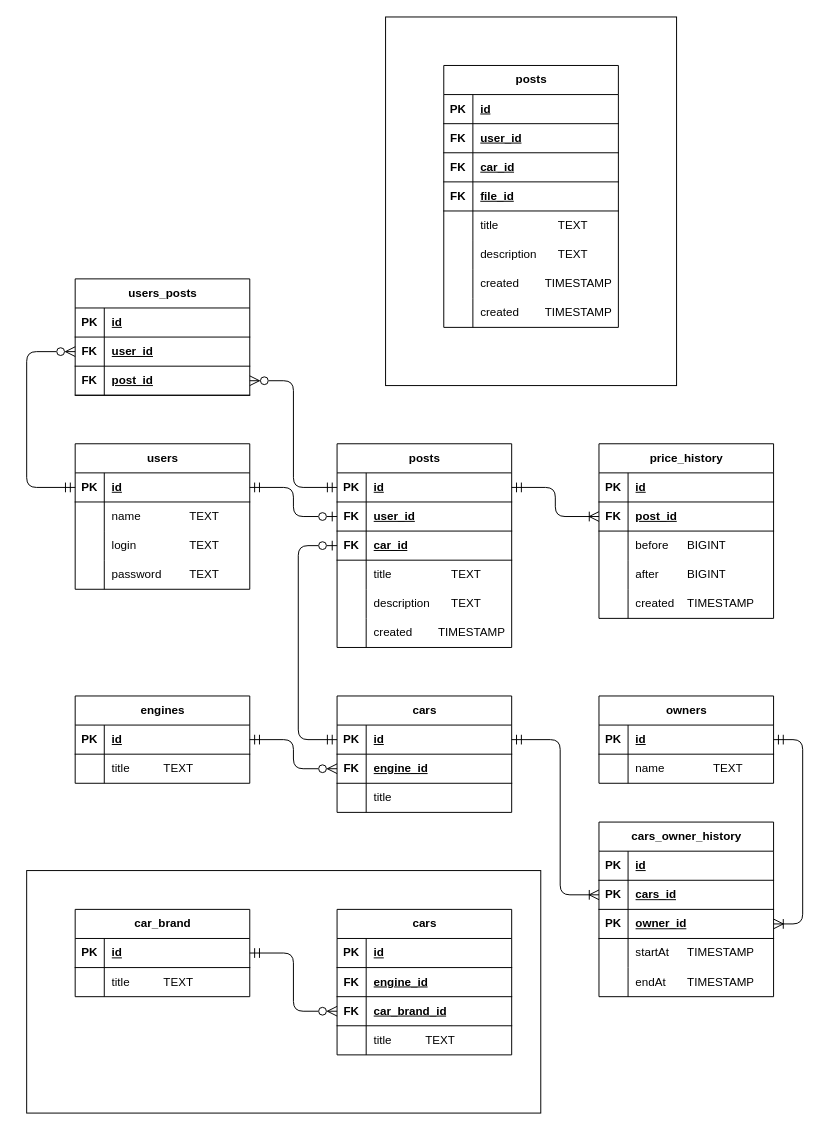
Above: src/main/resources/db/cars.drawio in MikhailChrn/job4j_cars (draw.io), before the change. Source tidied: cells renumbered, new cells numbered last; positions are measured from the earlier drawing's top-left corner, leaving out a move shared by most shapes. Both pictures are drawn from the tidied source at 97%, with x=0, y=0 at pixel (26, 16).
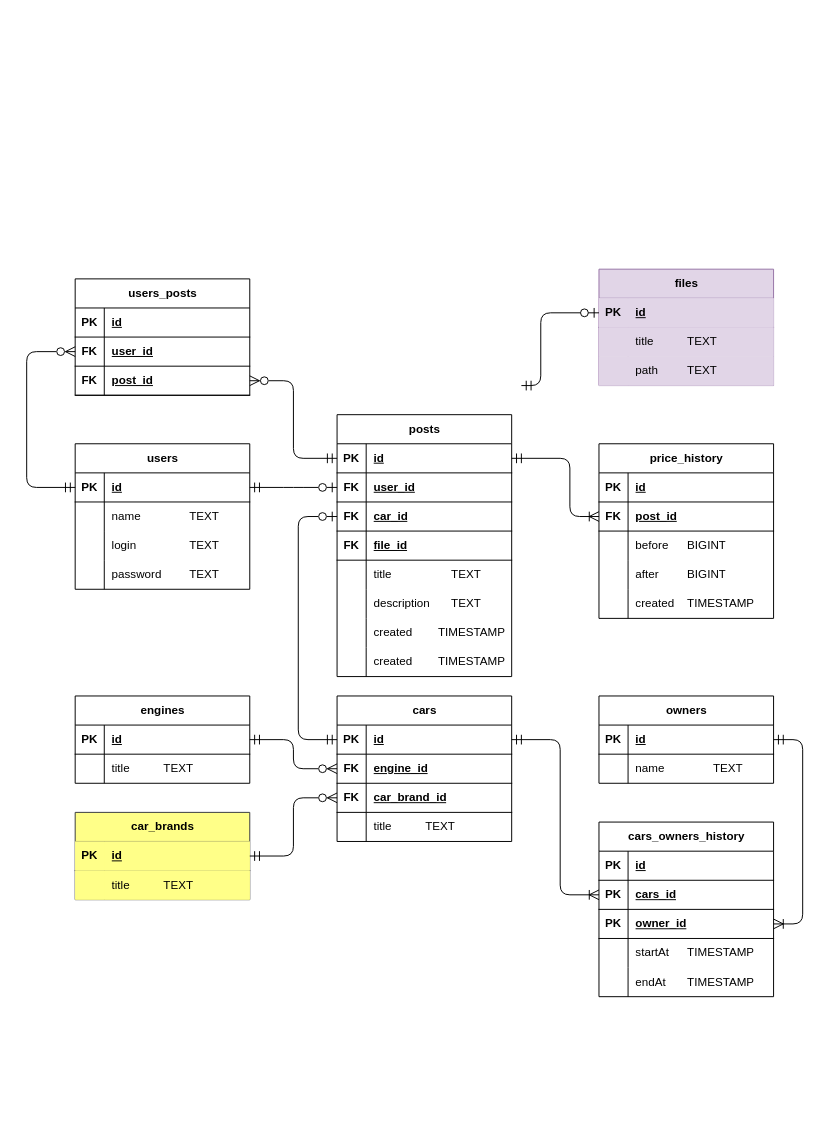
Above is the later version.

Unchanged cells that the change refers to:
```xml
<mxCell id="3" style="shape=tableRow;horizontal=0;startSize=0;swimlaneHead=0;swimlaneBody=0;fillColor=none;points=[[0,0.5],[1,0.5]];portConstraint=eastwest;top=0;left=0;right=0;bottom=1;" parent="2" vertex="1">
  <mxGeometry y="30" width="180" height="30" as="geometry" />
</mxCell>
<mxCell id="20" style="shape=tableRow;horizontal=0;startSize=0;swimlaneHead=0;swimlaneBody=0;fillColor=none;points=[[0,0.5],[1,0.5]];portConstraint=eastwest;top=0;left=0;right=0;bottom=1;" parent="16" vertex="1">
  <mxGeometry y="60" width="180" height="30" as="geometry" />
</mxCell>
<mxCell id="34" style="shape=tableRow;horizontal=0;startSize=0;swimlaneHead=0;swimlaneBody=0;fillColor=none;points=[[0,0.5],[1,0.5]];portConstraint=eastwest;top=0;left=0;right=0;bottom=1;" parent="33" vertex="1">
  <mxGeometry y="30" width="180" height="30" as="geometry" />
</mxCell>
<mxCell id="85" style="shape=tableRow;horizontal=0;startSize=0;swimlaneHead=0;swimlaneBody=0;fillColor=none;points=[[0,0.5],[1,0.5]];portConstraint=eastwest;top=0;left=0;right=0;bottom=1;" parent="78" vertex="1">
  <mxGeometry y="90" width="180" height="30" as="geometry" />
</mxCell>
<mxCell id="94" style="shape=tableRow;horizontal=0;startSize=0;swimlaneHead=0;swimlaneBody=0;fillColor=none;points=[[0,0.5],[1,0.5]];portConstraint=eastwest;top=0;left=0;right=0;bottom=1;" parent="90" vertex="1">
  <mxGeometry y="60" width="180" height="30" as="geometry" />
</mxCell>
<mxCell id="116" style="shape=tableRow;horizontal=0;startSize=0;swimlaneHead=0;swimlaneBody=0;fillColor=none;points=[[0,0.5],[1,0.5]];portConstraint=eastwest;top=0;left=0;right=0;bottom=1;" parent="115" vertex="1">
  <mxGeometry y="30" width="180" height="30" as="geometry" />
</mxCell>
<mxCell id="119" style="shape=tableRow;horizontal=0;startSize=0;swimlaneHead=0;swimlaneBody=0;fillColor=none;points=[[0,0.5],[1,0.5]];portConstraint=eastwest;top=0;left=0;right=0;bottom=1;" parent="115" vertex="1">
  <mxGeometry y="60" width="180" height="30" as="geometry" />
</mxCell>
<mxCell id="131" style="shape=tableRow;horizontal=0;startSize=0;swimlaneHead=0;swimlaneBody=0;fillColor=none;points=[[0,0.5],[1,0.5]];portConstraint=eastwest;top=0;left=0;right=0;bottom=1;" parent="130" vertex="1">
  <mxGeometry y="30" width="180" height="30" as="geometry" />
</mxCell>
<mxCell id="134" style="shape=tableRow;horizontal=0;startSize=0;swimlaneHead=0;swimlaneBody=0;fillColor=none;points=[[0,0.5],[1,0.5]];portConstraint=eastwest;top=0;left=0;right=0;bottom=1;" parent="130" vertex="1">
  <mxGeometry y="60" width="180" height="30" as="geometry" />
</mxCell>
<mxCell id="137" style="shape=tableRow;horizontal=0;startSize=0;swimlaneHead=0;swimlaneBody=0;fillColor=none;points=[[0,0.5],[1,0.5]];portConstraint=eastwest;top=0;left=0;right=0;bottom=1;" parent="130" vertex="1">
  <mxGeometry y="90" width="180" height="30" as="geometry" />
</mxCell>
```

The edit, as a diff of the source:
```diff
@@
-    <mxCell id="15" style="edgeStyle=elbowEdgeStyle;fontSize=12;html=1;endArrow=ERzeroToOne;startArrow=ERmandOne;rounded=1;startSize=8;endSize=8;exitX=1;exitY=0.5;exitDx=0;exitDy=0;startFill=0;entryX=0;entryY=0.5;entryDx=0;entryDy=0;curved=0;endFill=0;" parent="1" edge="1" source="3" target="51">
+    <mxCell id="15" style="edgeStyle=elbowEdgeStyle;fontSize=12;html=1;endArrow=ERzeroToOne;startArrow=ERmandOne;rounded=1;startSize=8;endSize=8;exitX=1;exitY=0.5;exitDx=0;exitDy=0;startFill=0;curved=0;endFill=0;entryX=0;entryY=0.5;entryDx=0;entryDy=0;" parent="1" edge="1" source="3" target="134">
       <mxGeometry relative="1" as="geometry" />
     </mxCell>
@@
-    <mxCell id="32" style="edgeStyle=elbowEdgeStyle;fontSize=12;html=1;endArrow=ERoneToMany;startArrow=ERmandOne;rounded=1;startSize=8;endSize=8;entryX=0;entryY=0.5;entryDx=0;entryDy=0;exitX=1;exitY=0.5;exitDx=0;exitDy=0;curved=0;endFill=0;" parent="1" edge="1" source="48" target="20">
-      <mxGeometry relative="1" as="geometry" />
+    <mxCell id="32" style="edgeStyle=elbowEdgeStyle;fontSize=12;html=1;endArrow=ERoneToMany;startArrow=ERmandOne;rounded=1;startSize=8;endSize=8;entryX=0;entryY=0.5;entryDx=0;entryDy=0;curved=0;endFill=0;exitX=1;exitY=0.5;exitDx=0;exitDy=0;" parent="1" edge="1" source="131" target="20">
+      <mxGeometry relative="1" as="geometry">
+        <Array as="points">
+          <mxPoint x="560" y="480" />
+        </Array>
+      </mxGeometry>
     </mxCell>
@@
-    <mxCell id="47" value="posts" style="shape=table;startSize=30;childLayout=tableLayout;rowLines=0;fontStyle=1;align=center;html=1;" parent="1" vertex="1">
-      <mxGeometry x="320" y="440" width="180" height="210" as="geometry" />
+    <mxCell id="47" value="files" style="shape=table;startSize=30;childLayout=tableLayout;rowLines=0;fontStyle=1;align=center;html=1;fillColor=#e1d5e7;strokeColor=#9673a6;" parent="1" vertex="1">
+      <mxGeometry x="590" y="260" width="180" height="120" as="geometry" />
     </mxCell>
-    <mxCell id="48" style="shape=tableRow;horizontal=0;startSize=0;swimlaneHead=0;swimlaneBody=0;fillColor=none;points=[[0,0.5],[1,0.5]];portConstraint=eastwest;top=0;left=0;right=0;bottom=1;" parent="47" vertex="1">
+    <mxCell id="48" style="shape=tableRow;horizontal=0;startSize=0;swimlaneHead=0;swimlaneBody=0;fillColor=#e1d5e7;points=[[0,0.5],[1,0.5]];portConstraint=eastwest;top=0;left=0;right=0;bottom=1;strokeColor=#9673a6;" parent="47" vertex="1">
       <mxGeometry y="30" width="180" height="30" as="geometry" />
     </mxCell>
-    <mxCell id="49" value="PK" style="shape=partialRectangle;fillColor=none;top=0;left=0;bottom=0;right=0;fontStyle=1;overflow=hidden;whiteSpace=wrap;html=1;" parent="48" vertex="1">
+    <mxCell id="49" value="PK" style="shape=partialRectangle;fillColor=#e1d5e7;top=0;left=0;bottom=0;right=0;fontStyle=1;overflow=hidden;whiteSpace=wrap;html=1;strokeColor=#9673a6;" parent="48" vertex="1">
       <mxGeometry width="30" height="30" as="geometry" />
     </mxCell>
-    <mxCell id="50" value="id" style="shape=partialRectangle;fillColor=none;top=0;left=0;bottom=0;right=0;align=left;spacingLeft=6;fontStyle=5;overflow=hidden;whiteSpace=wrap;html=1;" parent="48" vertex="1">
+    <mxCell id="50" value="id" style="shape=partialRectangle;fillColor=#e1d5e7;top=0;left=0;bottom=0;right=0;align=left;spacingLeft=6;fontStyle=5;overflow=hidden;whiteSpace=wrap;html=1;strokeColor=#9673a6;" parent="48" vertex="1">
       <mxGeometry x="30" width="150" height="30" as="geometry" />
     </mxCell>
-    <mxCell id="51" style="shape=tableRow;horizontal=0;startSize=0;swimlaneHead=0;swimlaneBody=0;fillColor=none;points=[[0,0.5],[1,0.5]];portConstraint=eastwest;top=0;left=0;right=0;bottom=1;" parent="47" vertex="1">
-      <mxGeometry y="60" width="180" height="30" as="geometry" />
-    </mxCell>
-    <mxCell id="52" value="FK" style="shape=partialRectangle;fillColor=none;top=0;left=0;bottom=0;right=0;fontStyle=1;overflow=hidden;whiteSpace=wrap;html=1;" parent="51" vertex="1">
-      <mxGeometry width="30" height="30" as="geometry" />
-    </mxCell>
-    <mxCell id="53" value="user_id" style="shape=partialRectangle;fillColor=none;top=0;left=0;bottom=0;right=0;align=left;spacingLeft=6;fontStyle=5;overflow=hidden;whiteSpace=wrap;html=1;" parent="51" vertex="1">
-      <mxGeometry x="30" width="150" height="30" as="geometry" />
-    </mxCell>
-    <mxCell id="54" style="shape=tableRow;horizontal=0;startSize=0;swimlaneHead=0;swimlaneBody=0;fillColor=none;points=[[0,0.5],[1,0.5]];portConstraint=eastwest;top=0;left=0;right=0;bottom=1;" parent="47" vertex="1">
-      <mxGeometry y="90" width="180" height="30" as="geometry" />
-    </mxCell>
-    <mxCell id="55" value="FK" style="shape=partialRectangle;fillColor=none;top=0;left=0;bottom=0;right=0;fontStyle=1;overflow=hidden;whiteSpace=wrap;html=1;" parent="54" vertex="1">
-      <mxGeometry width="30" height="30" as="geometry" />
-    </mxCell>
-    <mxCell id="56" value="car_id" style="shape=partialRectangle;fillColor=none;top=0;left=0;bottom=0;right=0;align=left;spacingLeft=6;fontStyle=5;overflow=hidden;whiteSpace=wrap;html=1;" parent="54" vertex="1">
-      <mxGeometry x="30" width="150" height="30" as="geometry" />
-    </mxCell>
-    <mxCell id="57" style="shape=tableRow;horizontal=0;startSize=0;swimlaneHead=0;swimlaneBody=0;fillColor=none;top=0;left=0;right=0;bottom=0;" parent="47" vertex="1">
-      <mxGeometry y="120" width="180" height="30" as="geometry" />
+    <mxCell id="57" style="shape=tableRow;horizontal=0;startSize=0;swimlaneHead=0;swimlaneBody=0;fillColor=#e1d5e7;top=0;left=0;right=0;bottom=0;strokeColor=#9673a6;" parent="47" vertex="1">
+      <mxGeometry y="60" width="180" height="30" as="geometry" />
     </mxCell>
-    <mxCell id="58" style="shape=partialRectangle;fillColor=none;top=0;left=0;bottom=0;right=0;overflow=hidden;whiteSpace=wrap;html=1;" parent="57" vertex="1">
+    <mxCell id="58" style="shape=partialRectangle;fillColor=#e1d5e7;top=0;left=0;bottom=0;right=0;overflow=hidden;whiteSpace=wrap;html=1;strokeColor=#9673a6;" parent="57" vertex="1">
       <mxGeometry width="30" height="30" as="geometry" />
     </mxCell>
-    <mxCell id="59" value="title&amp;nbsp;&lt;span style=&quot;white-space: pre;&quot;&gt;&#9;&lt;/span&gt;&lt;span style=&quot;white-space: pre;&quot;&gt;&#9;&lt;span style=&quot;white-space: pre;&quot;&gt;&#9;&lt;/span&gt;&lt;/span&gt;TEXT" style="shape=partialRectangle;fillColor=none;top=0;left=0;bottom=0;right=0;align=left;spacingLeft=6;overflow=hidden;whiteSpace=wrap;html=1;" parent="57" vertex="1">
+    <mxCell id="59" value="title&amp;nbsp;&lt;span style=&quot;white-space: pre;&quot;&gt;&#9;&lt;/span&gt;&lt;span style=&quot;white-space: pre;&quot;&gt;&#9;&lt;/span&gt;TEXT" style="shape=partialRectangle;fillColor=#e1d5e7;top=0;left=0;bottom=0;right=0;align=left;spacingLeft=6;overflow=hidden;whiteSpace=wrap;html=1;strokeColor=#9673a6;" parent="57" vertex="1">
       <mxGeometry x="30" width="150" height="30" as="geometry" />
     </mxCell>
-    <mxCell id="60" style="shape=tableRow;horizontal=0;startSize=0;swimlaneHead=0;swimlaneBody=0;fillColor=none;top=0;left=0;right=0;bottom=0;" parent="47" vertex="1">
-      <mxGeometry y="150" width="180" height="30" as="geometry" />
+    <mxCell id="60" style="shape=tableRow;horizontal=0;startSize=0;swimlaneHead=0;swimlaneBody=0;fillColor=#e1d5e7;top=0;left=0;right=0;bottom=0;strokeColor=#9673a6;" parent="47" vertex="1">
+      <mxGeometry y="90" width="180" height="30" as="geometry" />
     </mxCell>
-    <mxCell id="61" style="shape=partialRectangle;fillColor=none;top=0;left=0;bottom=0;right=0;overflow=hidden;whiteSpace=wrap;html=1;" parent="60" vertex="1">
+    <mxCell id="61" style="shape=partialRectangle;fillColor=#e1d5e7;top=0;left=0;bottom=0;right=0;overflow=hidden;whiteSpace=wrap;html=1;strokeColor=#9673a6;" parent="60" vertex="1">
       <mxGeometry width="30" height="30" as="geometry" />
     </mxCell>
-    <mxCell id="62" value="description&amp;nbsp; &amp;nbsp;&amp;nbsp;&lt;span style=&quot;white-space: pre;&quot;&gt;&#9;&lt;/span&gt;TEXT" style="shape=partialRectangle;fillColor=none;top=0;left=0;bottom=0;right=0;align=left;spacingLeft=6;overflow=hidden;whiteSpace=wrap;html=1;" parent="60" vertex="1">
+    <mxCell id="62" value="path&lt;span style=&quot;white-space: pre;&quot;&gt;&#9;&lt;/span&gt;&amp;nbsp; &amp;nbsp;&amp;nbsp;&lt;span style=&quot;white-space: pre;&quot;&gt;&#9;&lt;/span&gt;TEXT" style="shape=partialRectangle;fillColor=#e1d5e7;top=0;left=0;bottom=0;right=0;align=left;spacingLeft=6;overflow=hidden;whiteSpace=wrap;html=1;strokeColor=#9673a6;" parent="60" vertex="1">
       <mxGeometry x="30" width="150" height="30" as="geometry" />
     </mxCell>
-    <mxCell id="63" style="shape=tableRow;horizontal=0;startSize=0;swimlaneHead=0;swimlaneBody=0;fillColor=none;top=0;left=0;right=0;bottom=0;" parent="47" vertex="1">
-      <mxGeometry y="180" width="180" height="30" as="geometry" />
-    </mxCell>
-    <mxCell id="64" style="shape=partialRectangle;fillColor=none;top=0;left=0;bottom=0;right=0;overflow=hidden;whiteSpace=wrap;html=1;" parent="63" vertex="1">
-      <mxGeometry width="30" height="30" as="geometry" />
-    </mxCell>
-    <mxCell id="65" value="created&amp;nbsp; &amp;nbsp; &amp;nbsp; &amp;nbsp; TIMESTAMP" style="shape=partialRectangle;fillColor=none;top=0;left=0;bottom=0;right=0;align=left;spacingLeft=6;overflow=hidden;whiteSpace=wrap;html=1;" parent="63" vertex="1">
-      <mxGeometry x="30" width="150" height="30" as="geometry" />
-    </mxCell>
-    <mxCell id="66" value="cars" style="shape=table;startSize=30;childLayout=tableLayout;rowLines=0;fontStyle=1;align=center;html=1;" parent="1" vertex="1">
-      <mxGeometry x="320" y="700" width="180" height="120" as="geometry" />
-    </mxCell>
-    <mxCell id="67" style="shape=tableRow;horizontal=0;startSize=0;swimlaneHead=0;swimlaneBody=0;fillColor=none;points=[[0,0.5],[1,0.5]];portConstraint=eastwest;top=0;left=0;right=0;bottom=1;" parent="66" vertex="1">
-      <mxGeometry y="30" width="180" height="30" as="geometry" />
-    </mxCell>
-    <mxCell id="68" value="PK" style="shape=partialRectangle;fillColor=none;top=0;left=0;bottom=0;right=0;fontStyle=1;overflow=hidden;whiteSpace=wrap;html=1;" parent="67" vertex="1">
-      <mxGeometry width="30" height="30" as="geometry" />
-    </mxCell>
-    <mxCell id="69" value="id" style="shape=partialRectangle;fillColor=none;top=0;left=0;bottom=0;right=0;align=left;spacingLeft=6;fontStyle=5;overflow=hidden;whiteSpace=wrap;html=1;" parent="67" vertex="1">
-      <mxGeometry x="30" width="150" height="30" as="geometry" />
-    </mxCell>
-    <mxCell id="70" style="shape=tableRow;horizontal=0;startSize=0;swimlaneHead=0;swimlaneBody=0;fillColor=none;points=[[0,0.5],[1,0.5]];portConstraint=eastwest;top=0;left=0;right=0;bottom=1;" parent="66" vertex="1">
-      <mxGeometry y="60" width="180" height="30" as="geometry" />
-    </mxCell>
-    <mxCell id="71" value="FK" style="shape=partialRectangle;fillColor=none;top=0;left=0;bottom=0;right=0;fontStyle=1;overflow=hidden;whiteSpace=wrap;html=1;" parent="70" vertex="1">
-      <mxGeometry width="30" height="30" as="geometry" />
-    </mxCell>
-    <mxCell id="72" value="engine_id" style="shape=partialRectangle;fillColor=none;top=0;left=0;bottom=0;right=0;align=left;spacingLeft=6;fontStyle=5;overflow=hidden;whiteSpace=wrap;html=1;" parent="70" vertex="1">
-      <mxGeometry x="30" width="150" height="30" as="geometry" />
-    </mxCell>
-    <mxCell id="73" style="shape=tableRow;horizontal=0;startSize=0;swimlaneHead=0;swimlaneBody=0;fillColor=none;top=0;left=0;right=0;bottom=0;" parent="66" vertex="1">
-      <mxGeometry y="90" width="180" height="30" as="geometry" />
-    </mxCell>
-    <mxCell id="74" style="shape=partialRectangle;fillColor=none;top=0;left=0;bottom=0;right=0;overflow=hidden;whiteSpace=wrap;html=1;" parent="73" vertex="1">
-      <mxGeometry width="30" height="30" as="geometry" />
-    </mxCell>
-    <mxCell id="75" value="title" style="shape=partialRectangle;fillColor=none;top=0;left=0;bottom=0;right=0;align=left;spacingLeft=6;overflow=hidden;whiteSpace=wrap;html=1;" parent="73" vertex="1">
-      <mxGeometry x="30" width="150" height="30" as="geometry" />
-    </mxCell>
-    <mxCell id="76" style="edgeStyle=elbowEdgeStyle;fontSize=12;html=1;endArrow=ERzeroToMany;startArrow=ERmandOne;rounded=1;startSize=8;endSize=8;entryX=0;entryY=0.5;entryDx=0;entryDy=0;exitX=1;exitY=0.5;exitDx=0;exitDy=0;startFill=0;endFill=0;curved=0;" parent="1" edge="1" source="34" target="70">
+    <mxCell id="76" style="edgeStyle=elbowEdgeStyle;fontSize=12;html=1;endArrow=ERzeroToMany;startArrow=ERmandOne;rounded=1;startSize=8;endSize=8;exitX=1;exitY=0.5;exitDx=0;exitDy=0;startFill=0;endFill=0;curved=0;entryX=0;entryY=0.5;entryDx=0;entryDy=0;" parent="1" edge="1" source="34" target="119">
       <mxGeometry relative="1" as="geometry" />
     </mxCell>
-    <mxCell id="77" style="edgeStyle=elbowEdgeStyle;fontSize=12;html=1;endArrow=ERzeroToOne;endFill=0;startArrow=ERmandOne;rounded=1;startSize=8;endSize=8;entryX=0;entryY=0.5;entryDx=0;entryDy=0;exitX=0;exitY=0.5;exitDx=0;exitDy=0;curved=0;startFill=0;" parent="1" edge="1" source="67" target="54">
+    <mxCell id="77" style="edgeStyle=elbowEdgeStyle;fontSize=12;html=1;endArrow=ERzeroToOne;endFill=0;startArrow=ERmandOne;rounded=1;startSize=8;endSize=8;curved=0;startFill=0;entryX=0;entryY=0.5;entryDx=0;entryDy=0;exitX=0;exitY=0.5;exitDx=0;exitDy=0;" parent="1" edge="1" source="116" target="137">
       <mxGeometry relative="1" as="geometry">
         <Array as="points">
           <mxPoint x="280" y="670" />
         </Array>
       </mxGeometry>
     </mxCell>
@@
-    <mxCell id="89" style="edgeStyle=elbowEdgeStyle;fontSize=12;html=1;endArrow=ERzeroToMany;endFill=0;rounded=1;startSize=8;endSize=8;startArrow=ERmandOne;startFill=0;entryX=1;entryY=0.5;entryDx=0;entryDy=0;exitX=0;exitY=0.5;exitDx=0;exitDy=0;" parent="1" edge="1" source="48" target="85">
+    <mxCell id="89" style="edgeStyle=elbowEdgeStyle;fontSize=12;html=1;endArrow=ERzeroToMany;endFill=0;rounded=1;startSize=8;endSize=8;startArrow=ERmandOne;startFill=0;entryX=1;entryY=0.5;entryDx=0;entryDy=0;exitX=0;exitY=0.5;exitDx=0;exitDy=0;" parent="1" edge="1" source="131" target="85">
       <mxGeometry relative="1" as="geometry" />
     </mxCell>
-    <mxCell id="90" value="cars_owner_history" style="shape=table;startSize=30;childLayout=tableLayout;rowLines=0;fontStyle=1;align=center;html=1;" parent="1" vertex="1">
+    <mxCell id="90" value="cars_owners_history" style="shape=table;startSize=30;childLayout=tableLayout;rowLines=0;fontStyle=1;align=center;html=1;" parent="1" vertex="1">
       <mxGeometry x="590" y="830" width="180" height="180" as="geometry" />
     </mxCell>
@@
-    <mxCell id="107" style="edgeStyle=elbowEdgeStyle;fontSize=12;html=1;endArrow=ERmandOne;endFill=0;startArrow=ERoneToMany;rounded=1;startSize=8;endSize=8;entryX=1;entryY=0.5;entryDx=0;entryDy=0;exitX=0;exitY=0.5;exitDx=0;exitDy=0;curved=0;startFill=0;" parent="1" edge="1" source="94" target="67">
+    <mxCell id="107" style="edgeStyle=elbowEdgeStyle;fontSize=12;html=1;endArrow=ERmandOne;endFill=0;startArrow=ERoneToMany;rounded=1;startSize=8;endSize=8;exitX=0;exitY=0.5;exitDx=0;exitDy=0;curved=0;startFill=0;entryX=1;entryY=0.5;entryDx=0;entryDy=0;" parent="1" edge="1" source="94" target="116">
       <mxGeometry relative="1" as="geometry">
         <Array as="points">
           <mxPoint x="550" y="845" />
         </Array>
       </mxGeometry>
     </mxCell>
-    <mxCell id="108" value="car_brand" style="shape=table;startSize=30;childLayout=tableLayout;rowLines=0;fontStyle=1;align=center;html=1;" parent="1" vertex="1">
-      <mxGeometry x="50" y="920" width="180" height="90" as="geometry" />
+    <mxCell id="108" value="car_brands" style="shape=table;startSize=30;childLayout=tableLayout;rowLines=0;fontStyle=1;align=center;html=1;fillColor=#ffff88;strokeColor=#36393d;" parent="1" vertex="1">
+      <mxGeometry x="50" y="820" width="180" height="90" as="geometry" />
     </mxCell>
-    <mxCell id="109" style="shape=tableRow;horizontal=0;startSize=0;swimlaneHead=0;swimlaneBody=0;fillColor=none;points=[[0,0.5],[1,0.5]];portConstraint=eastwest;top=0;left=0;right=0;bottom=1;" parent="108" vertex="1">
+    <mxCell id="109" style="shape=tableRow;horizontal=0;startSize=0;swimlaneHead=0;swimlaneBody=0;fillColor=#ffff88;points=[[0,0.5],[1,0.5]];portConstraint=eastwest;top=0;left=0;right=0;bottom=1;strokeColor=#36393d;" parent="108" vertex="1">
       <mxGeometry y="30" width="180" height="30" as="geometry" />
     </mxCell>
-    <mxCell id="110" value="PK" style="shape=partialRectangle;fillColor=none;top=0;left=0;bottom=0;right=0;fontStyle=1;overflow=hidden;whiteSpace=wrap;html=1;" parent="109" vertex="1">
+    <mxCell id="110" value="PK" style="shape=partialRectangle;fillColor=#ffff88;top=0;left=0;bottom=0;right=0;fontStyle=1;overflow=hidden;whiteSpace=wrap;html=1;strokeColor=#36393d;" parent="109" vertex="1">
       <mxGeometry width="30" height="30" as="geometry" />
     </mxCell>
-    <mxCell id="111" value="id" style="shape=partialRectangle;fillColor=none;top=0;left=0;bottom=0;right=0;align=left;spacingLeft=6;fontStyle=5;overflow=hidden;whiteSpace=wrap;html=1;" parent="109" vertex="1">
+    <mxCell id="111" value="id" style="shape=partialRectangle;fillColor=#ffff88;top=0;left=0;bottom=0;right=0;align=left;spacingLeft=6;fontStyle=5;overflow=hidden;whiteSpace=wrap;html=1;strokeColor=#36393d;" parent="109" vertex="1">
       <mxGeometry x="30" width="150" height="30" as="geometry" />
     </mxCell>
-    <mxCell id="112" style="shape=tableRow;horizontal=0;startSize=0;swimlaneHead=0;swimlaneBody=0;fillColor=none;top=0;left=0;right=0;bottom=0;" parent="108" vertex="1">
+    <mxCell id="112" style="shape=tableRow;horizontal=0;startSize=0;swimlaneHead=0;swimlaneBody=0;fillColor=#ffff88;top=0;left=0;right=0;bottom=0;strokeColor=#36393d;" parent="108" vertex="1">
       <mxGeometry y="60" width="180" height="30" as="geometry" />
     </mxCell>
-    <mxCell id="113" style="shape=partialRectangle;fillColor=none;top=0;left=0;bottom=0;right=0;overflow=hidden;whiteSpace=wrap;html=1;" parent="112" vertex="1">
+    <mxCell id="113" style="shape=partialRectangle;fillColor=#ffff88;top=0;left=0;bottom=0;right=0;overflow=hidden;whiteSpace=wrap;html=1;strokeColor=#36393d;" parent="112" vertex="1">
       <mxGeometry width="30" height="30" as="geometry" />
     </mxCell>
-    <mxCell id="114" value="title&lt;span style=&quot;white-space: pre;&quot;&gt;&#9;&lt;/span&gt;&lt;span style=&quot;white-space: pre;&quot;&gt;&#9;&lt;/span&gt;TEXT" style="shape=partialRectangle;fillColor=none;top=0;left=0;bottom=0;right=0;align=left;spacingLeft=6;overflow=hidden;whiteSpace=wrap;html=1;" parent="112" vertex="1">
+    <mxCell id="114" value="title&lt;span style=&quot;white-space: pre;&quot;&gt;&#9;&lt;/span&gt;&lt;span style=&quot;white-space: pre;&quot;&gt;&#9;&lt;/span&gt;TEXT" style="shape=partialRectangle;fillColor=#ffff88;top=0;left=0;bottom=0;right=0;align=left;spacingLeft=6;overflow=hidden;whiteSpace=wrap;html=1;strokeColor=#36393d;" parent="112" vertex="1">
       <mxGeometry x="30" width="150" height="30" as="geometry" />
     </mxCell>
     <mxCell id="115" value="cars" style="shape=table;startSize=30;childLayout=tableLayout;rowLines=0;fontStyle=1;align=center;html=1;" parent="1" vertex="1">
-      <mxGeometry x="320" y="920" width="180" height="150" as="geometry" />
+      <mxGeometry x="320" y="700" width="180" height="150" as="geometry" />
     </mxCell>
@@
+    <mxCell id="156" style="edgeStyle=none;curved=1;rounded=0;orthogonalLoop=1;jettySize=auto;html=1;entryX=0;entryY=0.5;entryDx=0;entryDy=0;fontSize=12;startSize=8;endSize=8;" parent="115" edge="1" source="119" target="119">
+      <mxGeometry relative="1" as="geometry" />
+    </mxCell>
@@
-    <mxCell id="129" style="rounded=0;whiteSpace=wrap;html=1;fillColor=none;" parent="1" vertex="1">
-      <mxGeometry y="880" width="530" height="250" as="geometry" />
-    </mxCell>
     <mxCell id="130" value="posts" style="shape=table;startSize=30;childLayout=tableLayout;rowLines=0;fontStyle=1;align=center;html=1;" parent="1" vertex="1">
-      <mxGeometry x="430" y="50" width="180" height="270" as="geometry" />
+      <mxGeometry x="320" y="410" width="180" height="270" as="geometry" />
     </mxCell>
@@
-    <mxCell id="155" style="rounded=0;whiteSpace=wrap;html=1;fillColor=none;" parent="1" vertex="1">
-      <mxGeometry x="370" width="300" height="380" as="geometry" />
-    </mxCell>
+    <mxCell id="157" style="edgeStyle=elbowEdgeStyle;fontSize=12;html=1;endArrow=ERzeroToOne;startArrow=ERmandOne;rounded=1;startSize=8;endSize=8;entryX=0;entryY=0.5;entryDx=0;entryDy=0;curved=0;" parent="1" edge="1" target="48">
+      <mxGeometry relative="1" as="geometry">
+        <mxPoint x="510" y="380" as="sourcePoint" />
+        <Array as="points">
+          <mxPoint x="530" y="420" />
+        </Array>
+      </mxGeometry>
+    </mxCell>
```
